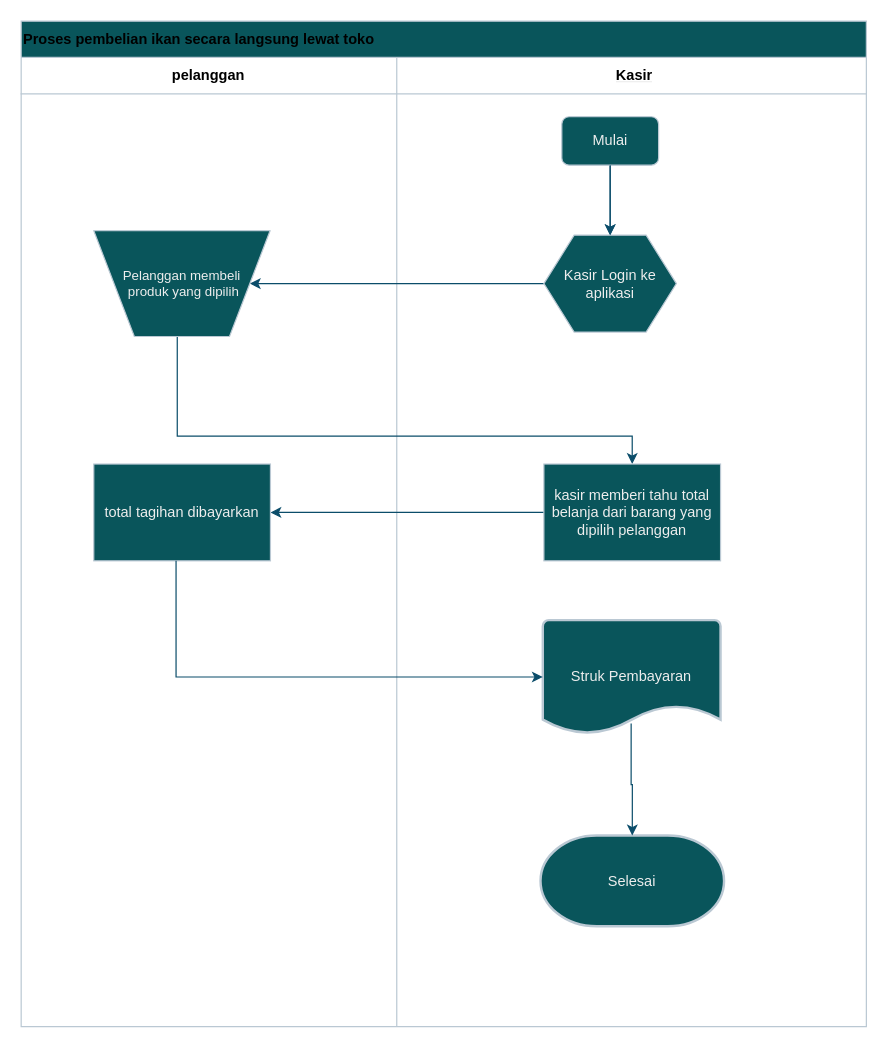
Before: ikan langsung .drawio in shinoaaa/drawio, a draw.io diagram. Source tidied: cells renumbered, new cells numbered last; positions are measured from the earlier drawing's top-left corner, leaving out a move shared by most shapes. Both pictures are drawn from the tidied source at 121%, with x=0, y=0 at pixel (21, 21).
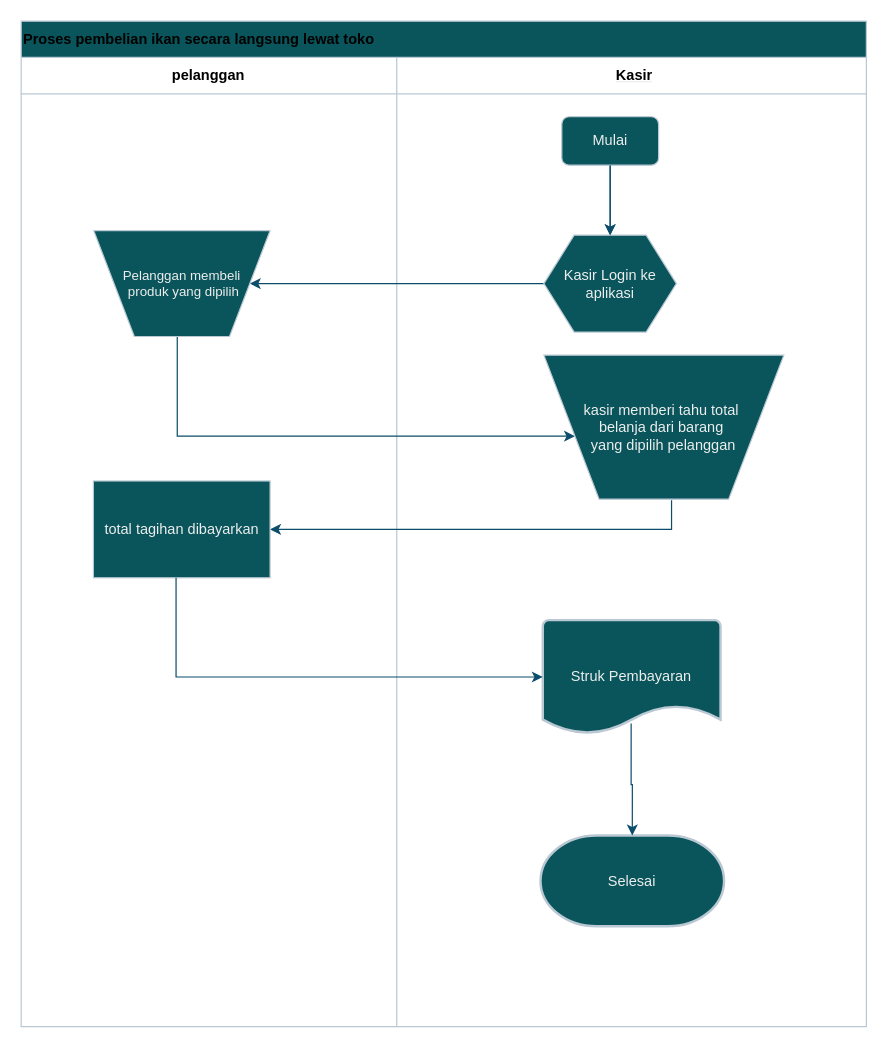
The same diagram, later.

The change refers to these unchanged cells:
```xml
<mxCell id="22" value="Pelanggan membeli&lt;div&gt;&amp;nbsp;produk yang dipilih&lt;/div&gt;" style="verticalLabelPosition=middle;verticalAlign=middle;html=1;shape=trapezoid;perimeter=trapezoidPerimeter;whiteSpace=wrap;size=0.23;arcSize=10;flipV=1;labelPosition=center;align=center;labelBackgroundColor=none;fillColor=#09555B;strokeColor=#BAC8D3;fontColor=#EEEEEE;fontSize=11;" parent="1" vertex="1">
  <mxGeometry x="60" y="173.2" width="145.7" height="87.4" as="geometry" />
</mxCell>
```

What changed in the source:
```diff
@@
-    <mxCell id="15" style="edgeStyle=orthogonalEdgeStyle;rounded=0;jettySize=auto;html=1;entryX=0.5;entryY=0;entryDx=0;entryDy=0;strokeColor=#0B4D6A;labelBackgroundColor=none;fontColor=default;exitX=0.484;exitY=0.014;exitDx=0;exitDy=0;exitPerimeter=0;" parent="1" edge="1" source="22" target="17">
+    <mxCell id="15" style="edgeStyle=orthogonalEdgeStyle;rounded=0;jettySize=auto;html=1;strokeColor=#0B4D6A;labelBackgroundColor=none;fontColor=default;exitX=0.484;exitY=0.014;exitDx=0;exitDy=0;exitPerimeter=0;" parent="1" edge="1" source="22" target="17">
       <mxGeometry relative="1" as="geometry">
         <Array as="points">
           <mxPoint x="129" y="259" />
           <mxPoint x="129" y="343" />
-          <mxPoint x="505" y="343" />
         </Array>
       </mxGeometry>
     </mxCell>
-    <mxCell id="16" style="edgeStyle=orthogonalEdgeStyle;rounded=0;jettySize=auto;html=1;entryX=1;entryY=0.5;entryDx=0;entryDy=0;strokeColor=#0B4D6A;" parent="1" edge="1" source="17" target="25">
+    <mxCell id="16" style="edgeStyle=orthogonalEdgeStyle;rounded=0;jettySize=auto;html=1;entryX=1;entryY=0.5;entryDx=0;entryDy=0;strokeColor=#0B4D6A;exitX=0.532;exitY=-0.008;exitDx=0;exitDy=0;exitPerimeter=0;" parent="1" edge="1" source="17" target="25">
       <mxGeometry relative="1" as="geometry" />
     </mxCell>
-    <mxCell id="17" value="kasir memberi tahu total belanja dari barang yang dipilih pelanggan" style="rounded=0;whiteSpace=wrap;html=1;strokeColor=#BAC8D3;fontColor=#EEEEEE;fillColor=#09555B;labelBackgroundColor=none;" parent="1" vertex="1">
-      <mxGeometry x="432" y="366" width="146" height="80" as="geometry" />
-    </mxCell>
@@
     <mxCell id="25" value="total tagihan dibayarkan" style="rounded=0;whiteSpace=wrap;html=1;strokeColor=#BAC8D3;fontColor=#EEEEEE;fillColor=#09555B;labelBackgroundColor=none;" parent="1" vertex="1">
-      <mxGeometry x="60" y="366" width="146" height="80" as="geometry" />
+      <mxGeometry x="59.7" y="380" width="146" height="80" as="geometry" />
     </mxCell>
@@
+    <mxCell id="17" value="&lt;span style=&quot;font-size: 12px;&quot;&gt;kasir memberi tahu total&amp;nbsp;&lt;/span&gt;&lt;div&gt;&lt;span style=&quot;font-size: 12px;&quot;&gt;belanja dari barang&amp;nbsp;&lt;/span&gt;&lt;/div&gt;&lt;div&gt;&lt;span style=&quot;font-size: 12px;&quot;&gt;yang dipilih pelanggan&lt;/span&gt;&lt;/div&gt;" style="verticalLabelPosition=middle;verticalAlign=middle;html=1;shape=trapezoid;perimeter=trapezoidPerimeter;whiteSpace=wrap;size=0.23;arcSize=10;flipV=1;labelPosition=center;align=center;labelBackgroundColor=none;fillColor=#09555B;strokeColor=#BAC8D3;fontColor=#EEEEEE;fontSize=11;" parent="1" vertex="1">
+      <mxGeometry x="432" y="276" width="198.3" height="119" as="geometry" />
+    </mxCell>
```
